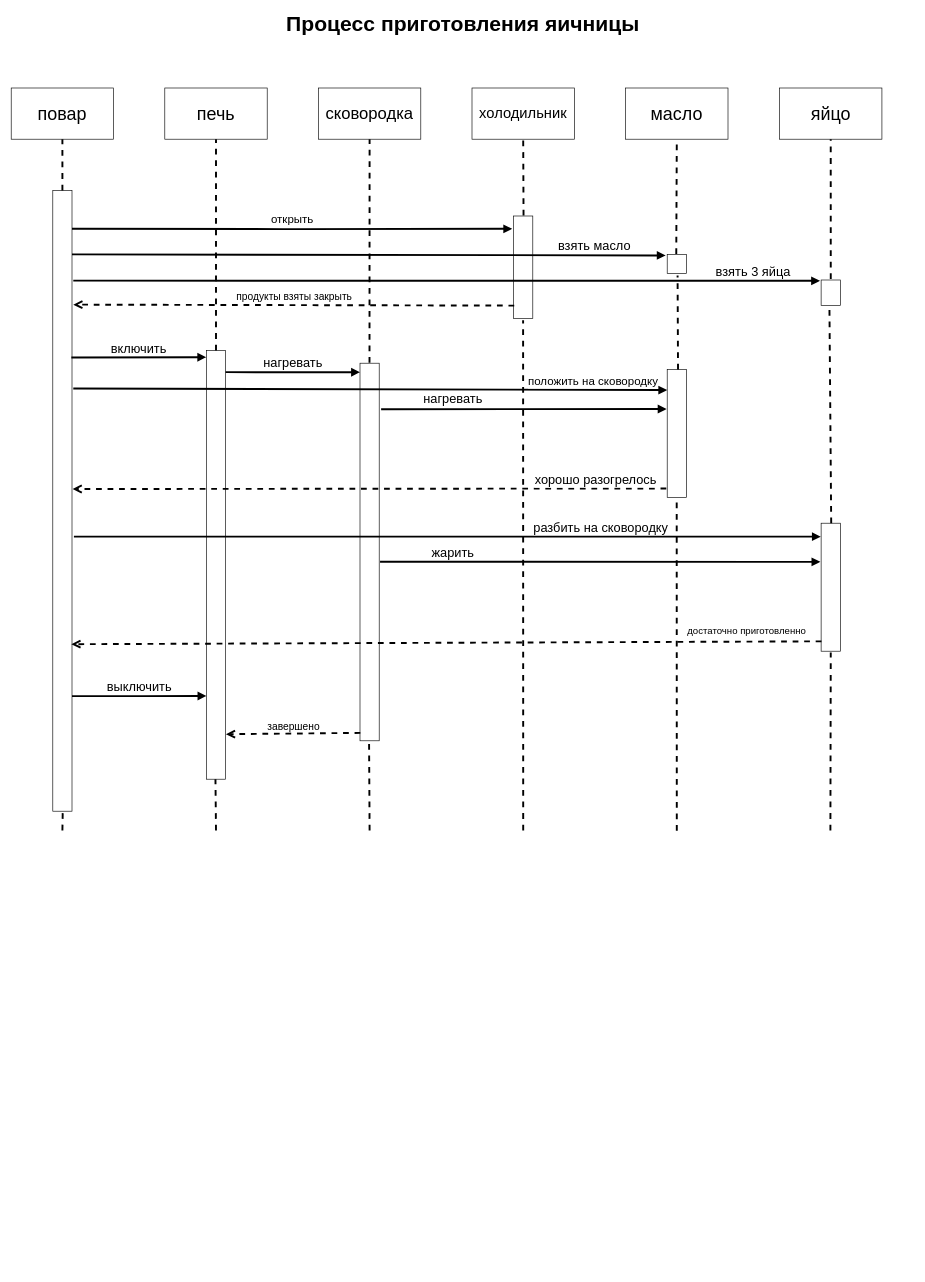
NikolajGrom/Nik keeps this draw.io diagram as Untitled Diagram.drawio. Above is the earlier version. Source tidied: cells renumbered, new cells numbered last; positions are measured from the earlier drawing's top-left corner, leaving out a move shared by most shapes. Both pictures are drawn from the tidied source at 64%, with x=0, y=0 at pixel (11, 11).
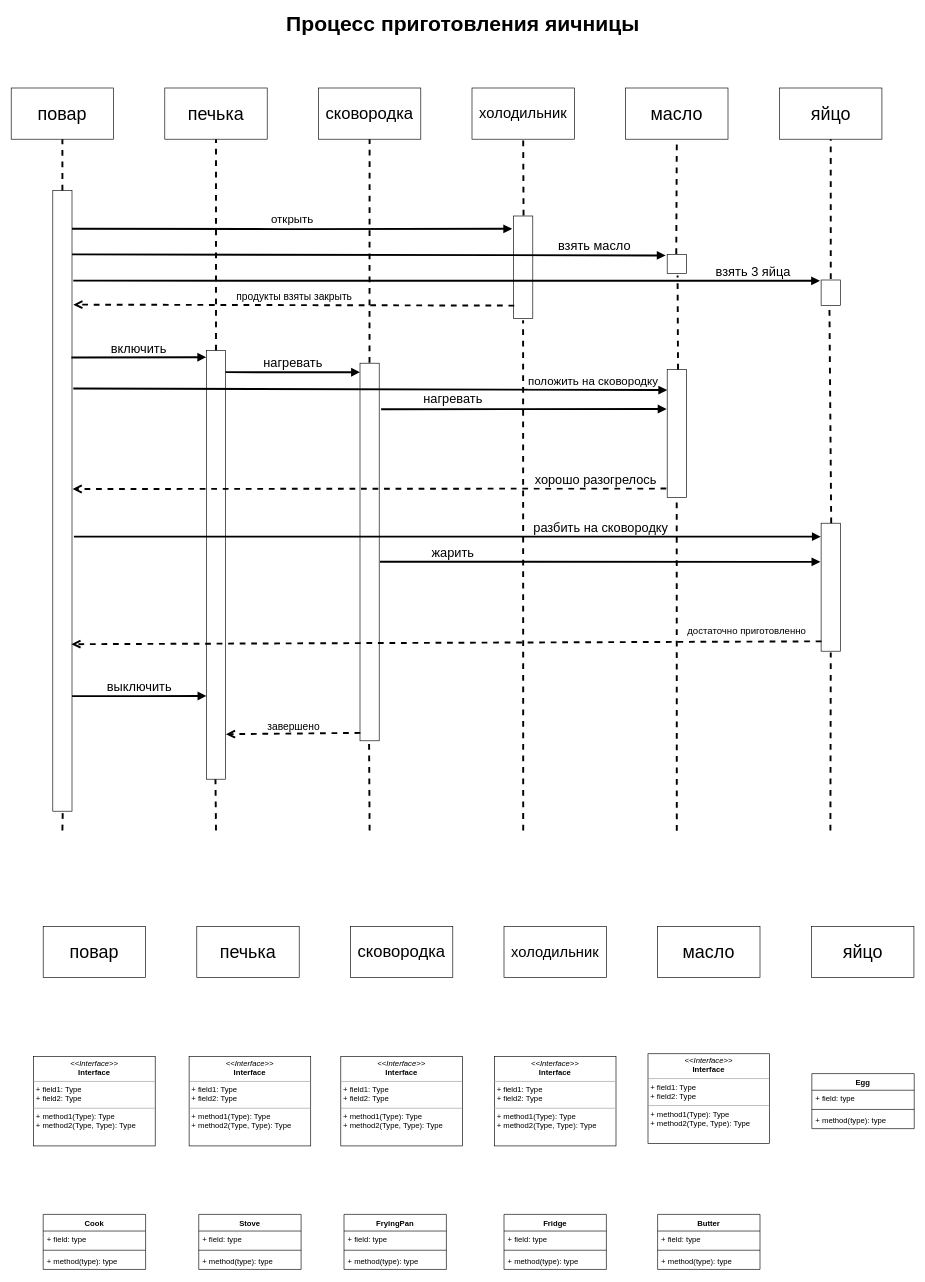
The same diagram, later.

Change to the diagram source:
```diff
@@
-    <mxCell id="5" value="&lt;span style=&quot;font-size: 28px ; text-align: justify&quot;&gt;печь&lt;/span&gt;" style="whiteSpace=wrap;html=1;align=center;" parent="1" vertex="1">
+    <mxCell id="5" value="&lt;span style=&quot;font-size: 28px ; text-align: justify&quot;&gt;печька&lt;/span&gt;" style="whiteSpace=wrap;html=1;align=center;" parent="1" vertex="1">
       <mxGeometry x="240" y="120" width="160" height="80" as="geometry" />
     </mxCell>
@@
+    <mxCell id="45" value="&lt;span style=&quot;font-size: 28px ; text-align: justify&quot;&gt;повар&lt;/span&gt;" style="whiteSpace=wrap;html=1;align=center;" parent="1" vertex="1">
+      <mxGeometry x="50" y="1430" width="160" height="80" as="geometry" />
+    </mxCell>
+    <mxCell id="46" value="&lt;span style=&quot;font-size: 28px ; text-align: justify&quot;&gt;печька&lt;/span&gt;" style="whiteSpace=wrap;html=1;align=center;" parent="1" vertex="1">
+      <mxGeometry x="290" y="1430" width="160" height="80" as="geometry" />
+    </mxCell>
+    <mxCell id="47" value="&lt;span style=&quot;font-size: 26px ; text-align: justify&quot;&gt;сковородка&lt;/span&gt;" style="whiteSpace=wrap;html=1;align=center;" parent="1" vertex="1">
+      <mxGeometry x="530" y="1430" width="160" height="80" as="geometry" />
+    </mxCell>
+    <mxCell id="48" value="&lt;span style=&quot;font-size: 23px ; text-align: justify&quot;&gt;холодильник&lt;/span&gt;" style="whiteSpace=wrap;html=1;align=center;" parent="1" vertex="1">
+      <mxGeometry x="770" y="1430" width="160" height="80" as="geometry" />
+    </mxCell>
+    <mxCell id="49" value="&lt;span style=&quot;font-size: 28px ; text-align: justify&quot;&gt;масло&lt;/span&gt;" style="whiteSpace=wrap;html=1;align=center;" parent="1" vertex="1">
+      <mxGeometry x="1010" y="1430" width="160" height="80" as="geometry" />
+    </mxCell>
+    <mxCell id="50" value="&lt;span style=&quot;font-size: 28px ; text-align: justify&quot;&gt;яйцо&lt;/span&gt;" style="whiteSpace=wrap;html=1;align=center;" parent="1" vertex="1">
+      <mxGeometry x="1250.5" y="1430" width="160" height="80" as="geometry" />
+    </mxCell>
+    <mxCell id="51" value="Cook" style="swimlane;fontStyle=1;align=center;verticalAlign=top;horizontal=1;startSize=26;" parent="1" vertex="1">
+      <mxGeometry x="50" y="1880" width="160" height="86" as="geometry" />
+    </mxCell>
+    <mxCell id="52" value="+ field: type" style="text;strokeColor=none;fillColor=none;align=left;verticalAlign=top;spacingLeft=4;spacingRight=4;overflow=hidden;" parent="51" vertex="1">
+      <mxGeometry y="26" width="160" height="26" as="geometry" />
+    </mxCell>
+    <mxCell id="53" style="line;strokeWidth=1;fillColor=none;align=left;verticalAlign=middle;spacingTop=-1;spacingLeft=3;spacingRight=3;labelPosition=right;" parent="51" vertex="1">
+      <mxGeometry y="52" width="160" height="8" as="geometry" />
+    </mxCell>
+    <mxCell id="54" value="+ method(type): type" style="text;strokeColor=none;fillColor=none;align=left;verticalAlign=top;spacingLeft=4;spacingRight=4;overflow=hidden;" parent="51" vertex="1">
+      <mxGeometry y="60" width="160" height="26" as="geometry" />
+    </mxCell>
+    <mxCell id="55" value="Stove" style="swimlane;fontStyle=1;align=center;verticalAlign=top;horizontal=1;startSize=26;" parent="1" vertex="1">
+      <mxGeometry x="293" y="1880" width="160" height="86" as="geometry" />
+    </mxCell>
+    <mxCell id="56" value="+ field: type" style="text;strokeColor=none;fillColor=none;align=left;verticalAlign=top;spacingLeft=4;spacingRight=4;overflow=hidden;" parent="55" vertex="1">
+      <mxGeometry y="26" width="160" height="26" as="geometry" />
+    </mxCell>
+    <mxCell id="57" style="line;strokeWidth=1;fillColor=none;align=left;verticalAlign=middle;spacingTop=-1;spacingLeft=3;spacingRight=3;labelPosition=right;" parent="55" vertex="1">
+      <mxGeometry y="52" width="160" height="8" as="geometry" />
+    </mxCell>
+    <mxCell id="58" value="+ method(type): type" style="text;strokeColor=none;fillColor=none;align=left;verticalAlign=top;spacingLeft=4;spacingRight=4;overflow=hidden;" parent="55" vertex="1">
+      <mxGeometry y="60" width="160" height="26" as="geometry" />
+    </mxCell>
+    <mxCell id="59" value="FryingPan" style="swimlane;fontStyle=1;align=center;verticalAlign=top;horizontal=1;startSize=26;" parent="1" vertex="1">
+      <mxGeometry x="520" y="1880" width="160" height="86" as="geometry" />
+    </mxCell>
+    <mxCell id="60" value="+ field: type" style="text;strokeColor=none;fillColor=none;align=left;verticalAlign=top;spacingLeft=4;spacingRight=4;overflow=hidden;" parent="59" vertex="1">
+      <mxGeometry y="26" width="160" height="26" as="geometry" />
+    </mxCell>
+    <mxCell id="61" style="line;strokeWidth=1;fillColor=none;align=left;verticalAlign=middle;spacingTop=-1;spacingLeft=3;spacingRight=3;labelPosition=right;" parent="59" vertex="1">
+      <mxGeometry y="52" width="160" height="8" as="geometry" />
+    </mxCell>
+    <mxCell id="62" value="+ method(type): type" style="text;strokeColor=none;fillColor=none;align=left;verticalAlign=top;spacingLeft=4;spacingRight=4;overflow=hidden;" parent="59" vertex="1">
+      <mxGeometry y="60" width="160" height="26" as="geometry" />
+    </mxCell>
+    <mxCell id="63" value="Fridge" style="swimlane;fontStyle=1;align=center;verticalAlign=top;horizontal=1;startSize=26;" parent="1" vertex="1">
+      <mxGeometry x="770" y="1880" width="160" height="86" as="geometry" />
+    </mxCell>
+    <mxCell id="64" value="+ field: type" style="text;strokeColor=none;fillColor=none;align=left;verticalAlign=top;spacingLeft=4;spacingRight=4;overflow=hidden;" parent="63" vertex="1">
+      <mxGeometry y="26" width="160" height="26" as="geometry" />
+    </mxCell>
+    <mxCell id="65" style="line;strokeWidth=1;fillColor=none;align=left;verticalAlign=middle;spacingTop=-1;spacingLeft=3;spacingRight=3;labelPosition=right;" parent="63" vertex="1">
+      <mxGeometry y="52" width="160" height="8" as="geometry" />
+    </mxCell>
+    <mxCell id="66" value="+ method(type): type" style="text;strokeColor=none;fillColor=none;align=left;verticalAlign=top;spacingLeft=4;spacingRight=4;overflow=hidden;" parent="63" vertex="1">
+      <mxGeometry y="60" width="160" height="26" as="geometry" />
+    </mxCell>
+    <mxCell id="67" value="Butter" style="swimlane;fontStyle=1;align=center;verticalAlign=top;horizontal=1;startSize=26;" parent="1" vertex="1">
+      <mxGeometry x="1010" y="1880" width="160" height="86" as="geometry" />
+    </mxCell>
+    <mxCell id="68" value="+ field: type" style="text;strokeColor=none;fillColor=none;align=left;verticalAlign=top;spacingLeft=4;spacingRight=4;overflow=hidden;" parent="67" vertex="1">
+      <mxGeometry y="26" width="160" height="26" as="geometry" />
+    </mxCell>
+    <mxCell id="69" style="line;strokeWidth=1;fillColor=none;align=left;verticalAlign=middle;spacingTop=-1;spacingLeft=3;spacingRight=3;labelPosition=right;" parent="67" vertex="1">
+      <mxGeometry y="52" width="160" height="8" as="geometry" />
+    </mxCell>
+    <mxCell id="70" value="+ method(type): type" style="text;strokeColor=none;fillColor=none;align=left;verticalAlign=top;spacingLeft=4;spacingRight=4;overflow=hidden;" parent="67" vertex="1">
+      <mxGeometry y="60" width="160" height="26" as="geometry" />
+    </mxCell>
+    <mxCell id="71" value="Egg" style="swimlane;fontStyle=1;align=center;verticalAlign=top;horizontal=1;startSize=26;" parent="1" vertex="1">
+      <mxGeometry x="1251" y="1660" width="160" height="86" as="geometry" />
+    </mxCell>
+    <mxCell id="72" value="+ field: type" style="text;strokeColor=none;fillColor=none;align=left;verticalAlign=top;spacingLeft=4;spacingRight=4;overflow=hidden;" parent="71" vertex="1">
+      <mxGeometry y="26" width="160" height="26" as="geometry" />
+    </mxCell>
+    <mxCell id="73" style="line;strokeWidth=1;fillColor=none;align=left;verticalAlign=middle;spacingTop=-1;spacingLeft=3;spacingRight=3;labelPosition=right;" parent="71" vertex="1">
+      <mxGeometry y="52" width="160" height="8" as="geometry" />
+    </mxCell>
+    <mxCell id="74" value="+ method(type): type" style="text;strokeColor=none;fillColor=none;align=left;verticalAlign=top;spacingLeft=4;spacingRight=4;overflow=hidden;" parent="71" vertex="1">
+      <mxGeometry y="60" width="160" height="26" as="geometry" />
+    </mxCell>
+    <mxCell id="75" value="&lt;p style=&quot;margin:0px;margin-top:4px;text-align:center;&quot;&gt;&lt;i&gt;&amp;lt;&amp;lt;Interface&amp;gt;&amp;gt;&lt;/i&gt;&lt;br/&gt;&lt;b&gt;Interface&lt;/b&gt;&lt;/p&gt;&lt;hr size=&quot;1&quot;/&gt;&lt;p style=&quot;margin:0px;margin-left:4px;&quot;&gt;+ field1: Type&lt;br/&gt;+ field2: Type&lt;/p&gt;&lt;hr size=&quot;1&quot;/&gt;&lt;p style=&quot;margin:0px;margin-left:4px;&quot;&gt;+ method1(Type): Type&lt;br/&gt;+ method2(Type, Type): Type&lt;/p&gt;" style="verticalAlign=top;align=left;overflow=fill;fontSize=12;fontFamily=Helvetica;html=1;" parent="1" vertex="1">
+      <mxGeometry x="278" y="1633" width="190" height="140" as="geometry" />
+    </mxCell>
+    <mxCell id="76" value="&lt;p style=&quot;margin:0px;margin-top:4px;text-align:center;&quot;&gt;&lt;i&gt;&amp;lt;&amp;lt;Interface&amp;gt;&amp;gt;&lt;/i&gt;&lt;br/&gt;&lt;b&gt;Interface&lt;/b&gt;&lt;/p&gt;&lt;hr size=&quot;1&quot;/&gt;&lt;p style=&quot;margin:0px;margin-left:4px;&quot;&gt;+ field1: Type&lt;br/&gt;+ field2: Type&lt;/p&gt;&lt;hr size=&quot;1&quot;/&gt;&lt;p style=&quot;margin:0px;margin-left:4px;&quot;&gt;+ method1(Type): Type&lt;br/&gt;+ method2(Type, Type): Type&lt;/p&gt;" style="verticalAlign=top;align=left;overflow=fill;fontSize=12;fontFamily=Helvetica;html=1;" parent="1" vertex="1">
+      <mxGeometry x="515" y="1633" width="190" height="140" as="geometry" />
+    </mxCell>
+    <mxCell id="77" value="&lt;p style=&quot;margin:0px;margin-top:4px;text-align:center;&quot;&gt;&lt;i&gt;&amp;lt;&amp;lt;Interface&amp;gt;&amp;gt;&lt;/i&gt;&lt;br/&gt;&lt;b&gt;Interface&lt;/b&gt;&lt;/p&gt;&lt;hr size=&quot;1&quot;/&gt;&lt;p style=&quot;margin:0px;margin-left:4px;&quot;&gt;+ field1: Type&lt;br/&gt;+ field2: Type&lt;/p&gt;&lt;hr size=&quot;1&quot;/&gt;&lt;p style=&quot;margin:0px;margin-left:4px;&quot;&gt;+ method1(Type): Type&lt;br/&gt;+ method2(Type, Type): Type&lt;/p&gt;" style="verticalAlign=top;align=left;overflow=fill;fontSize=12;fontFamily=Helvetica;html=1;" parent="1" vertex="1">
+      <mxGeometry x="755" y="1633" width="190" height="140" as="geometry" />
+    </mxCell>
+    <mxCell id="78" value="&lt;p style=&quot;margin:0px;margin-top:4px;text-align:center;&quot;&gt;&lt;i&gt;&amp;lt;&amp;lt;Interface&amp;gt;&amp;gt;&lt;/i&gt;&lt;br/&gt;&lt;b&gt;Interface&lt;/b&gt;&lt;/p&gt;&lt;hr size=&quot;1&quot;/&gt;&lt;p style=&quot;margin:0px;margin-left:4px;&quot;&gt;+ field1: Type&lt;br/&gt;+ field2: Type&lt;/p&gt;&lt;hr size=&quot;1&quot;/&gt;&lt;p style=&quot;margin:0px;margin-left:4px;&quot;&gt;+ method1(Type): Type&lt;br/&gt;+ method2(Type, Type): Type&lt;/p&gt;" style="verticalAlign=top;align=left;overflow=fill;fontSize=12;fontFamily=Helvetica;html=1;" parent="1" vertex="1">
+      <mxGeometry x="995" y="1629" width="190" height="140" as="geometry" />
+    </mxCell>
+    <mxCell id="79" value="&lt;p style=&quot;margin:0px;margin-top:4px;text-align:center;&quot;&gt;&lt;i&gt;&amp;lt;&amp;lt;Interface&amp;gt;&amp;gt;&lt;/i&gt;&lt;br/&gt;&lt;b&gt;Interface&lt;/b&gt;&lt;/p&gt;&lt;hr size=&quot;1&quot;/&gt;&lt;p style=&quot;margin:0px;margin-left:4px;&quot;&gt;+ field1: Type&lt;br/&gt;+ field2: Type&lt;/p&gt;&lt;hr size=&quot;1&quot;/&gt;&lt;p style=&quot;margin:0px;margin-left:4px;&quot;&gt;+ method1(Type): Type&lt;br/&gt;+ method2(Type, Type): Type&lt;/p&gt;" style="verticalAlign=top;align=left;overflow=fill;fontSize=12;fontFamily=Helvetica;html=1;" parent="1" vertex="1">
+      <mxGeometry x="35" y="1633" width="190" height="140" as="geometry" />
+    </mxCell>
```
